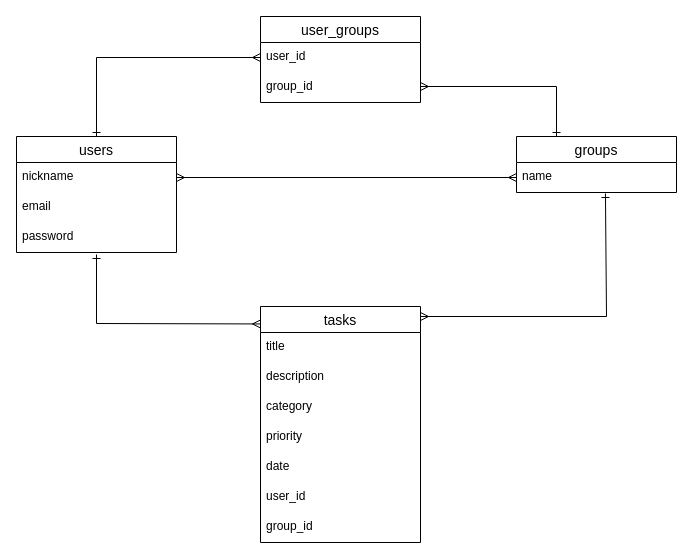
The draw.io diagram er.drawio in phalanx10/docalendar-app, before the edit. Source tidied: cells renumbered, new cells numbered last; positions are measured from the earlier drawing's top-left corner, leaving out a move shared by most shapes. Both pictures are drawn from the tidied source at 100%, with x=0, y=0 at pixel (16, 16).
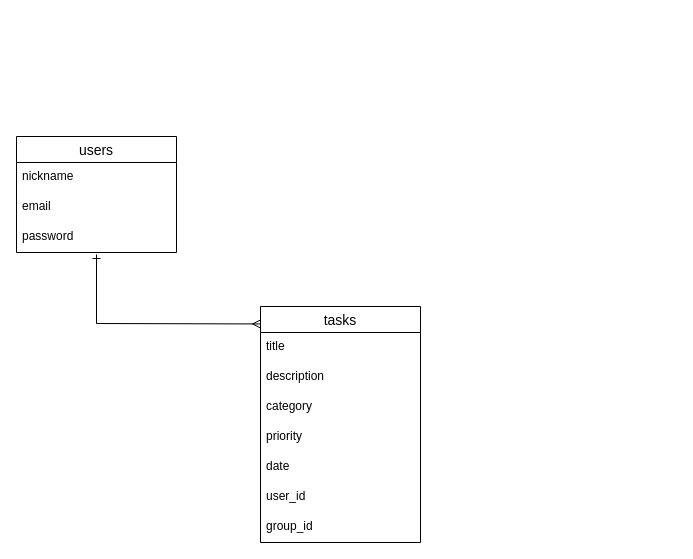
The same page after the edit.

The change refers to these unchanged cells:
```xml
<mxCell id="2" value="users" style="swimlane;fontStyle=0;horizontal=1;startSize=26;align=center;fontSize=14;" parent="1" vertex="1">
  <mxGeometry y="120" width="160" height="116" as="geometry" />
</mxCell>
```

Diff of the diagram source:
```diff
@@
-    <mxCell id="14" value="groups" style="swimlane;fontStyle=0;horizontal=1;startSize=26;align=center;fontSize=14;" parent="1" vertex="1">
-      <mxGeometry x="500" y="120" width="160" height="56" as="geometry" />
-    </mxCell>
-    <mxCell id="15" value="name" style="text;strokeColor=none;fillColor=none;spacingLeft=4;spacingRight=4;overflow=hidden;points=[[0,0.5],[1,0.5]];portConstraint=eastwest;fontSize=12;" parent="14" vertex="1">
-      <mxGeometry y="26" width="160" height="30" as="geometry" />
-    </mxCell>
-    <mxCell id="16" value="user_groups" style="swimlane;fontStyle=0;horizontal=1;startSize=26;align=center;fontSize=14;" parent="1" vertex="1">
-      <mxGeometry x="244" width="160" height="86" as="geometry" />
-    </mxCell>
-    <mxCell id="17" value="user_id" style="text;strokeColor=none;fillColor=none;spacingLeft=4;spacingRight=4;overflow=hidden;points=[[0,0.5],[1,0.5]];portConstraint=eastwest;fontSize=12;" parent="16" vertex="1">
-      <mxGeometry y="26" width="160" height="30" as="geometry" />
-    </mxCell>
-    <mxCell id="18" value="group_id" style="text;strokeColor=none;fillColor=none;spacingLeft=4;spacingRight=4;overflow=hidden;fontSize=12;" parent="16" vertex="1">
-      <mxGeometry y="56" width="160" height="30" as="geometry" />
-    </mxCell>
-    <mxCell id="19" style="endArrow=ERmany;html=1;rounded=0;entryX=0;entryY=0.5;entryDx=0;entryDy=0;startArrow=ERmany;startFill=0;endFill=0;" parent="1" edge="1" target="15">
-      <mxGeometry relative="1" as="geometry">
-        <mxPoint x="160" y="161" as="sourcePoint" />
-      </mxGeometry>
-    </mxCell>
-    <mxCell id="20" style="endArrow=ERmany;html=1;rounded=0;exitX=0.5;exitY=0;exitDx=0;exitDy=0;entryX=0;entryY=0.5;entryDx=0;entryDy=0;startArrow=ERone;startFill=0;endFill=0;" parent="1" edge="1" source="2" target="17">
-      <mxGeometry relative="1" as="geometry">
-        <Array as="points">
-          <mxPoint x="80" y="41" />
-        </Array>
-      </mxGeometry>
-    </mxCell>
-    <mxCell id="21" style="endArrow=ERone;html=1;rounded=0;entryX=0.25;entryY=0;entryDx=0;entryDy=0;startArrow=ERmany;startFill=0;endFill=0;" parent="1" edge="1" target="14">
-      <mxGeometry relative="1" as="geometry">
-        <mxPoint x="404" y="70" as="sourcePoint" />
-        <Array as="points">
-          <mxPoint x="540" y="70" />
-        </Array>
-      </mxGeometry>
-    </mxCell>
@@
-    <mxCell id="23" style="endArrow=ERone;html=1;rounded=0;entryX=0.556;entryY=1.033;entryDx=0;entryDy=0;entryPerimeter=0;startArrow=ERmany;startFill=0;endFill=0;" parent="1" edge="1" target="15">
-      <mxGeometry relative="1" as="geometry">
-        <mxPoint x="404" y="300" as="sourcePoint" />
-        <Array as="points">
-          <mxPoint x="590" y="300" />
-        </Array>
-      </mxGeometry>
-    </mxCell>
```
